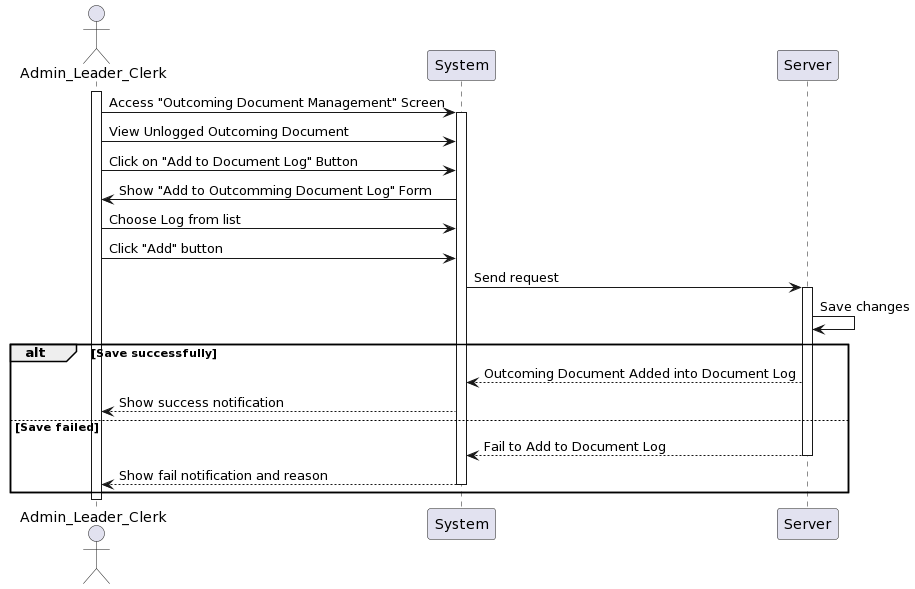
This is Lab1/Lab1.2/SequenceDiagram/OutcomingDocument/AddOutcomingDocumentintoDocumentLog/AddOutcomingDocumentintoDocumentLog_SequenceDiagram.png from khoapham1003/SE357-Pratice-class, a PlantUML export, as it was before one commit. Source of this version:
```plantuml
@startuml
actor Admin_Leader_Clerk as User
participant System
participant Server

activate User
User -> System: Access "Outcoming Document Management" Screen
activate System
User -> System: View Unlogged Outcoming Document
User -> System: Click on "Add to Document Log" Button
System -> User: Show "Add to Outcomming Document Log" Form
User -> System: Choose Log from list
User -> System: Click "Add" button
System -> Server: Send request
activate Server
Server -> Server: Save changes
alt Save successfully
    Server --> System: Outcoming Document Added into Document Log
    System --> User: Show success notification
else Save failed
    Server --> System: Fail to Add to Document Log
deactivate Server
    System --> User: Show fail notification and reason
deactivate System
end
deactivate User
@enduml
```
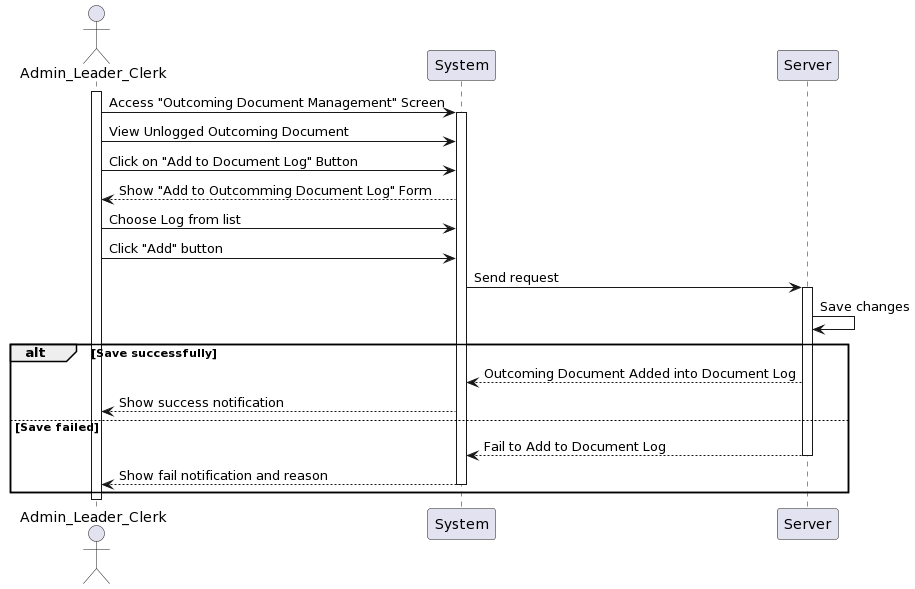
Above is the later version.

What changed in the source:
```diff
@@ -8,7 +8,7 @@
 activate System
 User -> System: View Unlogged Outcoming Document
 User -> System: Click on "Add to Document Log" Button
-System -> User: Show "Add to Outcomming Document Log" Form
+System --> User: Show "Add to Outcomming Document Log" Form
 User -> System: Choose Log from list
 User -> System: Click "Add" button
 System -> Server: Send request
```
